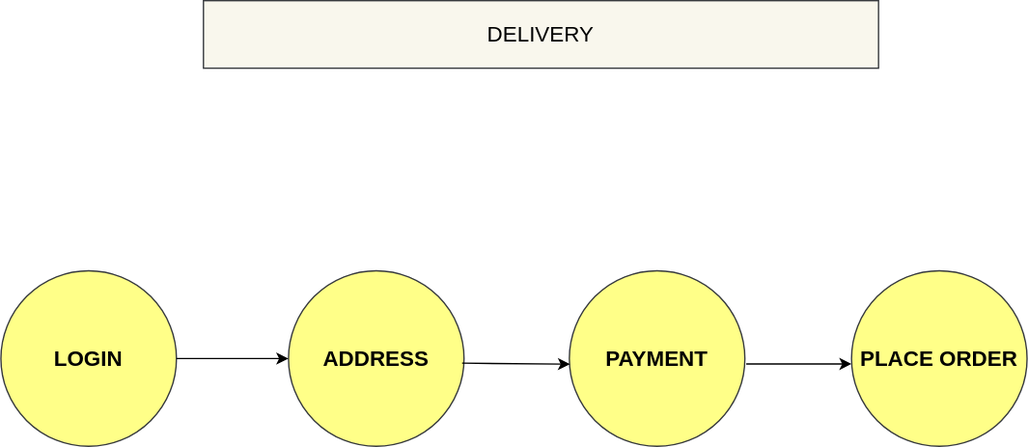
This is Estructuras App/Fases.drawio.svg from filda1/Script-Code, a draw.io export, as it was before one commit. Source tidied: cells renumbered, new cells last; positions are measured from the earlier drawing's top-left corner, leaving out a move shared by most shapes.
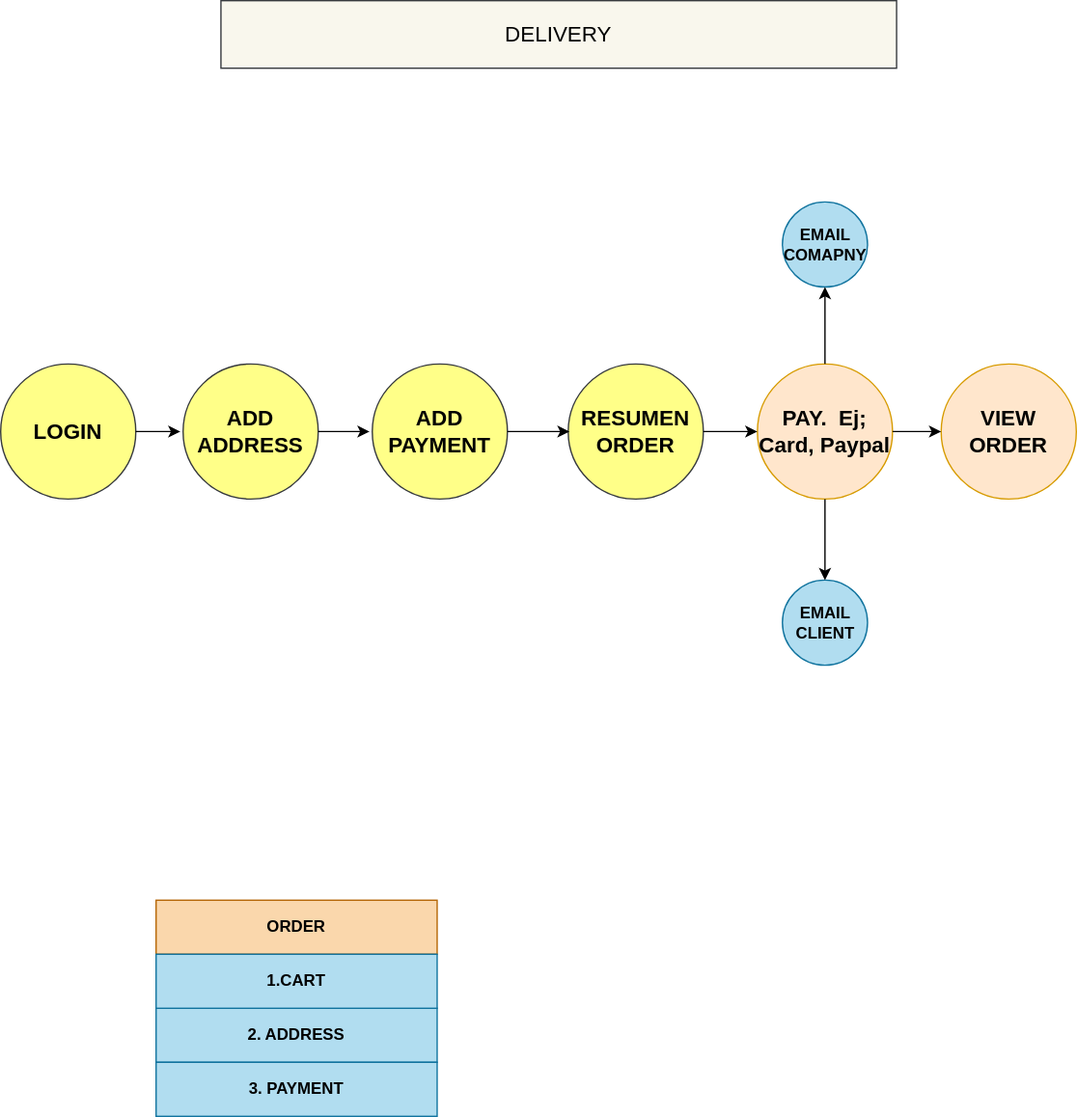
After the commit.

The edit, as a diff of the source:
```diff
@@ -3,34 +3,70 @@
     <mxCell id="0" />
     <mxCell id="1" parent="0" />
     <mxCell id="2" value="&lt;b&gt;&lt;font style=&quot;font-size: 16px&quot;&gt;LOGIN&lt;/font&gt;&lt;/b&gt;" style="ellipse;whiteSpace=wrap;html=1;fillColor=#ffff88;strokeColor=#36393d;" parent="1" vertex="1">
-      <mxGeometry y="200" width="130" height="130" as="geometry" />
+      <mxGeometry x="-13" y="283" width="100" height="100" as="geometry" />
     </mxCell>
-    <mxCell id="3" value="&lt;b&gt;ADDRESS&lt;/b&gt;" style="ellipse;whiteSpace=wrap;html=1;fillColor=#ffff88;strokeColor=#36393d;fontSize=16;" parent="1" vertex="1">
-      <mxGeometry x="213" y="200" width="130" height="130" as="geometry" />
+    <mxCell id="3" value="&lt;b&gt;ADD ADDRESS&lt;/b&gt;" style="ellipse;whiteSpace=wrap;html=1;fillColor=#ffff88;strokeColor=#36393d;fontSize=16;" parent="1" vertex="1">
+      <mxGeometry x="122" y="283" width="100" height="100" as="geometry" />
     </mxCell>
-    <mxCell id="4" value="&lt;font style=&quot;font-size: 16px&quot;&gt;&lt;b&gt;PLACE ORDER&lt;/b&gt;&lt;/font&gt;" style="ellipse;whiteSpace=wrap;html=1;fillColor=#ffff88;strokeColor=#36393d;" parent="1" vertex="1">
-      <mxGeometry x="630" y="200" width="130" height="130" as="geometry" />
+    <mxCell id="4" value="&lt;font style=&quot;font-size: 16px&quot;&gt;&lt;b&gt;RESUMEN ORDER&lt;/b&gt;&lt;/font&gt;" style="ellipse;whiteSpace=wrap;html=1;fillColor=#ffff88;strokeColor=#36393d;" parent="1" vertex="1">
+      <mxGeometry x="407" y="283" width="100" height="100" as="geometry" />
     </mxCell>
-    <mxCell id="5" value="&lt;b&gt;PAYMENT&lt;/b&gt;" style="ellipse;html=1;fillColor=#ffff88;strokeColor=#36393d;labelBorderColor=none;fontSize=16;whiteSpace=wrap;" parent="1" vertex="1">
-      <mxGeometry x="421" y="200" width="130" height="130" as="geometry" />
+    <mxCell id="5" value="&lt;b&gt;ADD PAYMENT&lt;/b&gt;" style="ellipse;html=1;fillColor=#ffff88;strokeColor=#36393d;labelBorderColor=none;fontSize=16;whiteSpace=wrap;" parent="1" vertex="1">
+      <mxGeometry x="262" y="283" width="100" height="100" as="geometry" />
     </mxCell>
-    <mxCell id="6" style="endArrow=classic;html=1;rounded=0;exitX=1;exitY=0.5;exitDx=0;exitDy=0;" parent="1" edge="1" source="2" target="3">
-      <mxGeometry relative="1" as="geometry" />
+    <mxCell id="6" style="endArrow=classic;html=1;rounded=0;exitX=1;exitY=0.5;exitDx=0;exitDy=0;" parent="1" edge="1" source="2">
+      <mxGeometry relative="1" as="geometry">
+        <mxPoint x="120" y="333" as="targetPoint" />
+      </mxGeometry>
     </mxCell>
-    <mxCell id="7" style="endArrow=classic;html=1;rounded=0;exitX=1.012;exitY=0.557;exitDx=0;exitDy=0;exitPerimeter=0;entryX=-0.011;entryY=0.563;entryDx=0;entryDy=0;entryPerimeter=0;" parent="1" edge="1">
+    <mxCell id="7" style="endArrow=classic;html=1;rounded=0;exitX=1;exitY=0.5;exitDx=0;exitDy=0;" parent="1" edge="1" source="3">
       <mxGeometry relative="1" as="geometry">
-        <mxPoint x="341.6" y="268.4" as="sourcePoint" />
-        <mxPoint x="421.6" y="269.2" as="targetPoint" />
+        <mxPoint x="260" y="333" as="targetPoint" />
       </mxGeometry>
     </mxCell>
-    <mxCell id="8" style="endArrow=classic;html=1;rounded=0;entryX=0;entryY=0.5;entryDx=0;entryDy=0;exitX=1;exitY=0.5;exitDx=0;exitDy=0;" parent="1" edge="1">
+    <mxCell id="8" style="endArrow=classic;html=1;rounded=0;exitX=1;exitY=0.5;exitDx=0;exitDy=0;" parent="1" edge="1" source="5">
       <mxGeometry relative="1" as="geometry">
-        <mxPoint x="552" y="269" as="sourcePoint" />
-        <mxPoint x="630" y="269" as="targetPoint" />
+        <mxPoint x="408" y="333" as="targetPoint" />
       </mxGeometry>
     </mxCell>
     <mxCell id="9" value="DELIVERY" style="rounded=0;whiteSpace=wrap;html=1;labelBorderColor=none;fontSize=16;fillColor=#f9f7ed;strokeColor=#36393d;" parent="1" vertex="1">
-      <mxGeometry x="150" width="500" height="50" as="geometry" />
+      <mxGeometry x="150" y="14" width="500" height="50" as="geometry" />
     </mxCell>
+    <mxCell id="10" value="&lt;font style=&quot;font-size: 16px&quot;&gt;&lt;b&gt;PAY.&amp;nbsp; Ej; Card, Paypal&lt;/b&gt;&lt;/font&gt;" style="ellipse;whiteSpace=wrap;html=1;fillColor=#ffe6cc;strokeColor=#d79b00;" parent="1" vertex="1">
+      <mxGeometry x="547" y="283" width="100" height="100" as="geometry" />
+    </mxCell>
+    <mxCell id="11" value="&lt;font style=&quot;font-size: 16px&quot;&gt;&lt;b&gt;VIEW ORDER&lt;/b&gt;&lt;/font&gt;" style="ellipse;whiteSpace=wrap;html=1;fillColor=#ffe6cc;strokeColor=#d79b00;" parent="1" vertex="1">
+      <mxGeometry x="683" y="283" width="100" height="100" as="geometry" />
+    </mxCell>
+    <mxCell id="12" style="endArrow=classic;html=1;rounded=0;entryX=0;entryY=0.5;entryDx=0;entryDy=0;exitX=1;exitY=0.5;exitDx=0;exitDy=0;" parent="1" edge="1" source="4" target="10">
+      <mxGeometry relative="1" as="geometry" />
+    </mxCell>
+    <mxCell id="13" style="endArrow=classic;html=1;rounded=0;entryX=0;entryY=0.5;entryDx=0;entryDy=0;exitX=1;exitY=0.5;exitDx=0;exitDy=0;" parent="1" edge="1" source="10" target="11">
+      <mxGeometry relative="1" as="geometry" />
+    </mxCell>
+    <mxCell id="14" value="&lt;b&gt;EMAIL COMAPNY&lt;/b&gt;" style="ellipse;whiteSpace=wrap;html=1;fillColor=#b1ddf0;strokeColor=#10739e;" parent="1" vertex="1">
+      <mxGeometry x="565.5" y="163" width="63" height="63" as="geometry" />
+    </mxCell>
+    <mxCell id="15" value="&lt;b&gt;EMAIL CLIENT&lt;/b&gt;" style="ellipse;whiteSpace=wrap;html=1;fillColor=#b1ddf0;strokeColor=#10739e;" parent="1" vertex="1">
+      <mxGeometry x="565.5" y="443" width="63" height="63" as="geometry" />
+    </mxCell>
+    <mxCell id="16" style="endArrow=classic;html=1;rounded=0;entryX=0.5;entryY=1;entryDx=0;entryDy=0;exitX=0.5;exitY=0;exitDx=0;exitDy=0;" parent="1" edge="1" source="10" target="14">
+      <mxGeometry relative="1" as="geometry" />
+    </mxCell>
+    <mxCell id="17" style="endArrow=classic;html=1;rounded=0;entryX=0.5;entryY=0;entryDx=0;entryDy=0;exitX=0.5;exitY=1;exitDx=0;exitDy=0;" parent="1" edge="1" source="10" target="15">
+      <mxGeometry relative="1" as="geometry" />
+    </mxCell>
+    <mxCell id="18" value="&lt;b&gt;ORDER&lt;br&gt;&lt;/b&gt;" style="rounded=0;whiteSpace=wrap;html=1;fillColor=#fad7ac;strokeColor=#b46504;" parent="1" vertex="1">
+      <mxGeometry x="102" y="680" width="208" height="40" as="geometry" />
+    </mxCell>
+    <mxCell id="19" value="&lt;b&gt;2. ADDRESS&lt;br&gt;&lt;/b&gt;" style="rounded=0;whiteSpace=wrap;html=1;fillColor=#b1ddf0;strokeColor=#10739e;" parent="1" vertex="1">
+      <mxGeometry x="102" y="760" width="208" height="40" as="geometry" />
+    </mxCell>
+    <mxCell id="20" value="&lt;b&gt;3. PAYMENT&lt;br&gt;&lt;/b&gt;" style="rounded=0;whiteSpace=wrap;html=1;fillColor=#b1ddf0;strokeColor=#10739e;" parent="1" vertex="1">
+      <mxGeometry x="102" y="800" width="208" height="40" as="geometry" />
+    </mxCell>
+    <mxCell id="21" value="&lt;b&gt;1.CART&lt;br&gt;&lt;/b&gt;" style="rounded=0;whiteSpace=wrap;html=1;fillColor=#b1ddf0;strokeColor=#10739e;" parent="1" vertex="1">
+      <mxGeometry x="102" y="720" width="208" height="40" as="geometry" />
+    </mxCell>
   </root>
 </mxGraphModel>
```
